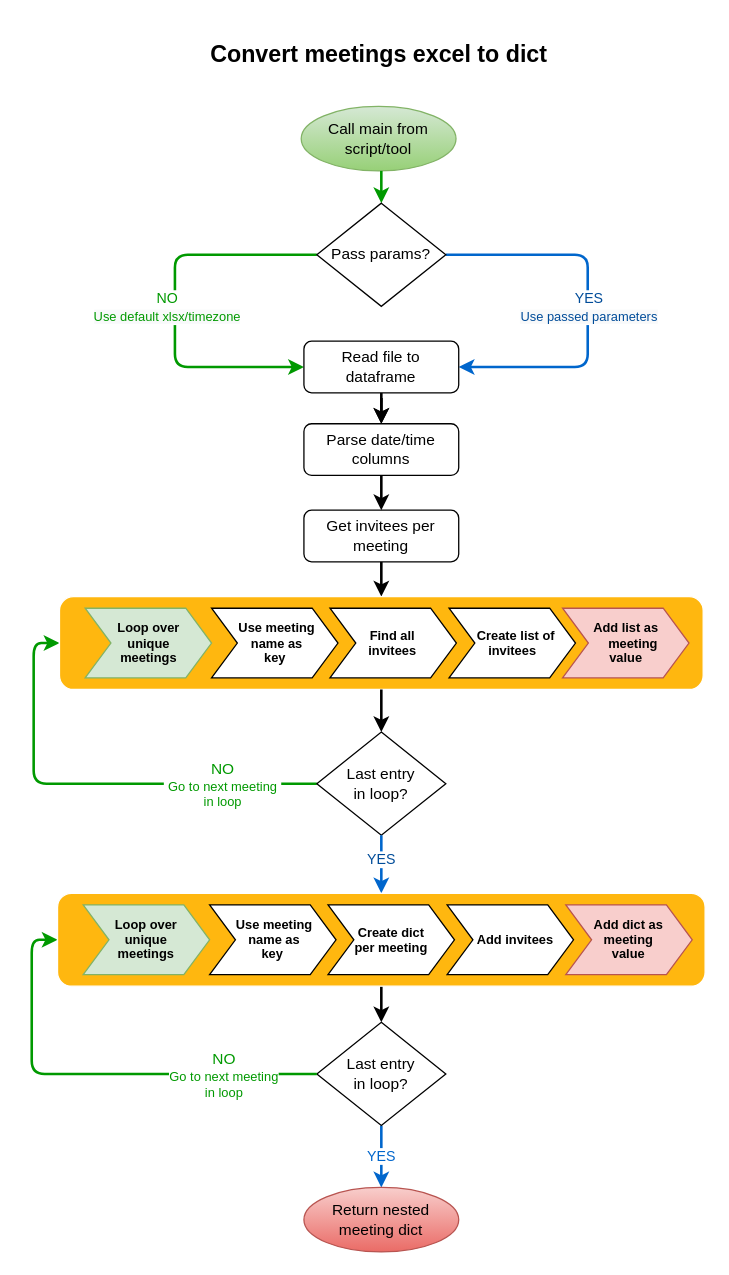
The draw.io diagram convert_excel.drawio in dwelfusius/eindwerk, before the edit. Source tidied: cells renumbered, new cells numbered last; positions are measured from the earlier drawing's top-left corner, leaving out a move shared by most shapes. Both pictures are drawn from the tidied source at 129%, with x=0, y=0 at pixel (57, 22).
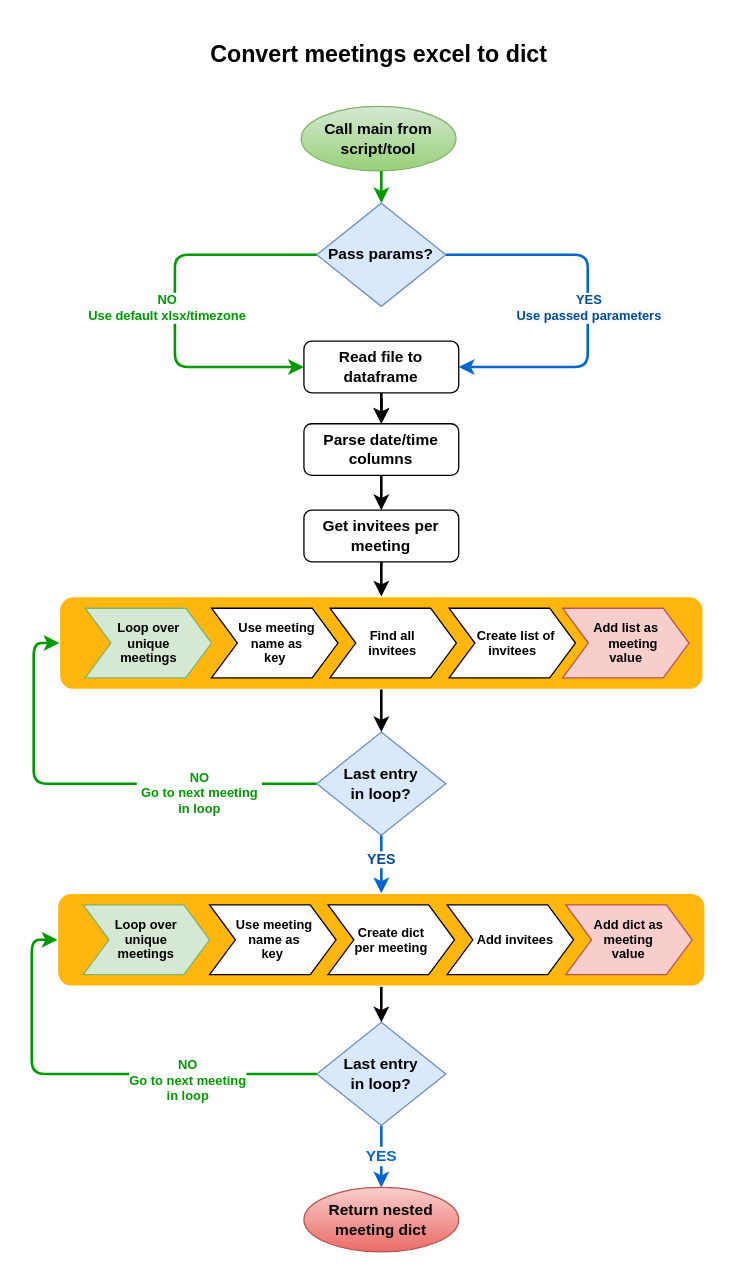
The same page after the edit.

The change refers to these unchanged cells:
```xml
<mxCell id="23" style="rounded=1;whiteSpace=wrap;html=1;shadow=0;strokeColor=#FFFFFF;fillColor=#FFB70F;" parent="22" vertex="1">
  <mxGeometry width="499" height="72" as="geometry" />
</mxCell>
<mxCell id="36" style="rounded=1;whiteSpace=wrap;html=1;shadow=0;strokeColor=#FFFFFF;fillColor=#FFB70F;" parent="34" vertex="1">
  <mxGeometry width="502" height="72" as="geometry" />
</mxCell>
```

What changed in the source:
```diff
@@
-    <mxCell id="3" value="Call main from script/tool" style="ellipse;whiteSpace=wrap;html=1;gradientColor=#97d077;fillColor=#d5e8d4;strokeColor=#82b366;" parent="1" vertex="1">
+    <mxCell id="3" value="Call main from script/tool" style="ellipse;whiteSpace=wrap;html=1;gradientColor=#97d077;fillColor=#d5e8d4;strokeColor=#82b366;fontStyle=1;fontSize=12;" parent="1" vertex="1">
       <mxGeometry x="189" y="65" width="120" height="50" as="geometry" />
     </mxCell>
-    <mxCell id="4" style="edgeStyle=none;rounded=0;jettySize=auto;html=1;strokeColor=#009900;strokeWidth=2;" parent="1" edge="1" target="9">
+    <mxCell id="4" style="edgeStyle=none;rounded=0;jettySize=auto;html=1;strokeColor=#009900;strokeWidth=2;fontSize=12;" parent="1" edge="1" target="9">
       <mxGeometry relative="1" as="geometry">
         <mxPoint x="251.1" y="115" as="sourcePoint" />
       </mxGeometry>
     </mxCell>
-    <mxCell id="5" style="edgeStyle=orthogonalEdgeStyle;rounded=1;jettySize=auto;html=1;exitX=0;exitY=0.5;exitDx=0;exitDy=0;shadow=0;strokeColor=#009900;fillColor=#FFF700;strokeWidth=2;" parent="1" edge="1" source="9" target="12">
+    <mxCell id="5" style="edgeStyle=orthogonalEdgeStyle;rounded=1;jettySize=auto;html=1;exitX=0;exitY=0.5;exitDx=0;exitDy=0;shadow=0;strokeColor=#009900;fillColor=#FFF700;strokeWidth=2;fontSize=12;" parent="1" edge="1" source="9" target="12">
       <mxGeometry relative="1" as="geometry">
         <Array as="points">
           <mxPoint x="91.1" y="180" />
           <mxPoint x="91.1" y="267" />
         </Array>
       </mxGeometry>
     </mxCell>
-    <mxCell id="6" value="&lt;font color=&quot;#009900&quot;&gt;NO&lt;br&gt;&lt;span style=&quot;font-size: 10px ; background-color: rgb(248 , 249 , 250)&quot;&gt;Use default xlsx/timezone&lt;/span&gt;&lt;/font&gt;&lt;span style=&quot;font-size: 10px ; background-color: rgb(248 , 249 , 250)&quot;&gt;&lt;br&gt;&lt;/span&gt;" style="edgeLabel;html=1;align=center;verticalAlign=middle;" parent="5" vertex="1">
+    <mxCell id="6" value="&lt;font style=&quot;font-size: 10px;&quot; color=&quot;#009900&quot;&gt;NO&lt;br style=&quot;font-size: 10px;&quot;&gt;&lt;span style=&quot;font-size: 10px; background-color: rgb(248, 249, 250);&quot;&gt;Use default xlsx/timezone&lt;/span&gt;&lt;/font&gt;&lt;span style=&quot;font-size: 10px; background-color: rgb(248, 249, 250);&quot;&gt;&lt;br style=&quot;font-size: 10px;&quot;&gt;&lt;/span&gt;" style="edgeLabel;html=1;align=center;verticalAlign=middle;fontStyle=1;fontSize=10;" parent="5" vertex="1">
       <mxGeometry x="-0.54" y="2" relative="1" as="geometry">
         <mxPoint x="-49" y="38" as="offset" />
       </mxGeometry>
     </mxCell>
-    <mxCell id="7" style="edgeStyle=orthogonalEdgeStyle;rounded=1;jettySize=auto;html=1;exitX=1;exitY=0.5;exitDx=0;exitDy=0;entryX=1;entryY=0.5;entryDx=0;entryDy=0;strokeColor=#0066CC;strokeWidth=2;" parent="1" edge="1" source="9" target="12">
+    <mxCell id="7" style="edgeStyle=orthogonalEdgeStyle;rounded=1;jettySize=auto;html=1;exitX=1;exitY=0.5;exitDx=0;exitDy=0;entryX=1;entryY=0.5;entryDx=0;entryDy=0;strokeColor=#0066CC;strokeWidth=2;fontSize=12;" parent="1" edge="1" source="9" target="12">
       <mxGeometry relative="1" as="geometry">
         <Array as="points">
           <mxPoint x="411.1" y="180" />
           <mxPoint x="411.1" y="267" />
         </Array>
       </mxGeometry>
     </mxCell>
-    <mxCell id="8" value="&lt;font color=&quot;#004c99&quot;&gt;YES&lt;br&gt;&lt;span style=&quot;font-size: 10px ; background-color: rgb(248 , 249 , 250)&quot;&gt;Use passed parameters&lt;/span&gt;&lt;/font&gt;" style="edgeLabel;html=1;align=center;verticalAlign=middle;" parent="7" vertex="1">
+    <mxCell id="8" value="&lt;font style=&quot;font-size: 10px;&quot; color=&quot;#004c99&quot;&gt;YES&lt;br style=&quot;font-size: 10px;&quot;&gt;&lt;span style=&quot;font-size: 10px; background-color: rgb(248, 249, 250);&quot;&gt;Use passed parameters&lt;/span&gt;&lt;/font&gt;" style="edgeLabel;html=1;align=center;verticalAlign=middle;fontStyle=1;fontSize=10;" parent="7" vertex="1">
       <mxGeometry x="-0.48" y="2" relative="1" as="geometry">
         <mxPoint x="33" y="42" as="offset" />
       </mxGeometry>
     </mxCell>
-    <mxCell id="9" value="Pass params?" style="rhombus;whiteSpace=wrap;html=1;" parent="1" vertex="1">
+    <mxCell id="9" value="Pass params?" style="rhombus;whiteSpace=wrap;html=1;fillColor=#dae8fc;strokeColor=#6c8ebf;fontStyle=1;fontSize=12;" parent="1" vertex="1">
       <mxGeometry x="201.1" y="140" width="100" height="80" as="geometry" />
     </mxCell>
-    <mxCell id="10" style="edgeStyle=orthogonalEdgeStyle;rounded=0;jettySize=auto;html=1;entryX=0.5;entryY=0;entryDx=0;entryDy=0;strokeWidth=2;" parent="1" edge="1" target="18">
+    <mxCell id="10" style="edgeStyle=orthogonalEdgeStyle;rounded=0;jettySize=auto;html=1;entryX=0.5;entryY=0;entryDx=0;entryDy=0;strokeWidth=2;fontSize=12;" parent="1" edge="1" target="18">
       <mxGeometry relative="1" as="geometry">
         <mxPoint x="251.2" y="291" as="sourcePoint" />
       </mxGeometry>
     </mxCell>
-    <mxCell id="11" style="edgeStyle=orthogonalEdgeStyle;rounded=1;jettySize=auto;html=1;strokeWidth=2;" parent="1" edge="1" source="12" target="18">
+    <mxCell id="11" style="edgeStyle=orthogonalEdgeStyle;rounded=1;jettySize=auto;html=1;strokeWidth=2;fontSize=12;" parent="1" edge="1" source="12" target="18">
       <mxGeometry relative="1" as="geometry" />
     </mxCell>
-    <mxCell id="12" value="Read file to dataframe" style="rounded=1;whiteSpace=wrap;html=1;fontSize=12;glass=0;strokeWidth=1;shadow=0;" parent="1" vertex="1">
+    <mxCell id="12" value="Read file to dataframe" style="rounded=1;whiteSpace=wrap;html=1;fontSize=12;glass=0;strokeWidth=1;shadow=0;fontStyle=1;" parent="1" vertex="1">
       <mxGeometry x="191.1" y="247" width="120" height="40" as="geometry" />
     </mxCell>
-    <mxCell id="13" value="&lt;font color=&quot;#0066cc&quot;&gt;YES&lt;/font&gt;" style="edgeStyle=orthogonalEdgeStyle;rounded=1;jettySize=auto;html=1;strokeWidth=2;exitX=0.5;exitY=1;exitDx=0;exitDy=0;strokeColor=#0066CC;entryX=0.5;entryY=0;entryDx=0;entryDy=0;" parent="1" edge="1" source="14" target="42">
+    <mxCell id="13" value="&lt;font style=&quot;font-size: 12px;&quot; color=&quot;#0066cc&quot;&gt;YES&lt;/font&gt;" style="edgeStyle=orthogonalEdgeStyle;rounded=1;jettySize=auto;html=1;strokeWidth=2;exitX=0.5;exitY=1;exitDx=0;exitDy=0;strokeColor=#0066CC;entryX=0.5;entryY=0;entryDx=0;entryDy=0;fontStyle=1;fontSize=12;" parent="1" edge="1" source="14" target="42">
       <mxGeometry relative="1" as="geometry" />
     </mxCell>
-    <mxCell id="14" value="Last entry&lt;br&gt;in loop?" style="rhombus;whiteSpace=wrap;html=1;" parent="1" vertex="1">
+    <mxCell id="14" value="Last entry&lt;br style=&quot;font-size: 12px;&quot;&gt;in loop?" style="rhombus;whiteSpace=wrap;html=1;fillColor=#dae8fc;strokeColor=#6c8ebf;fontStyle=1;fontSize=12;" parent="1" vertex="1">
       <mxGeometry x="201.1" y="775" width="100" height="80" as="geometry" />
     </mxCell>
@@
-    <mxCell id="16" value="Get invitees per meeting" style="rounded=1;whiteSpace=wrap;html=1;fontSize=12;glass=0;strokeWidth=1;shadow=0;" parent="1" vertex="1">
+    <mxCell id="16" value="Get invitees per meeting" style="rounded=1;whiteSpace=wrap;html=1;fontSize=12;glass=0;strokeWidth=1;shadow=0;fontStyle=1;" parent="1" vertex="1">
       <mxGeometry x="191.1" y="378" width="120" height="40" as="geometry" />
     </mxCell>
-    <mxCell id="17" style="edgeStyle=orthogonalEdgeStyle;rounded=0;jettySize=auto;html=1;entryX=0.5;entryY=0;entryDx=0;entryDy=0;strokeWidth=2;" parent="1" edge="1" target="16">
+    <mxCell id="17" style="edgeStyle=orthogonalEdgeStyle;rounded=0;jettySize=auto;html=1;entryX=0.5;entryY=0;entryDx=0;entryDy=0;strokeWidth=2;fontSize=12;" parent="1" edge="1" target="16">
       <mxGeometry relative="1" as="geometry">
         <mxPoint x="251.1" y="350" as="sourcePoint" />
       </mxGeometry>
     </mxCell>
-    <mxCell id="18" value="Parse date/time columns" style="rounded=1;whiteSpace=wrap;html=1;fontSize=12;glass=0;strokeWidth=1;shadow=0;" parent="1" vertex="1">
+    <mxCell id="18" value="Parse date/time columns" style="rounded=1;whiteSpace=wrap;html=1;fontSize=12;glass=0;strokeWidth=1;shadow=0;fontStyle=1;" parent="1" vertex="1">
       <mxGeometry x="191.1" y="311" width="120" height="40" as="geometry" />
     </mxCell>
     <mxCell id="19" style="edgeStyle=orthogonalEdgeStyle;rounded=1;jettySize=auto;html=1;exitX=0;exitY=0.5;exitDx=0;exitDy=0;shadow=0;strokeColor=#009900;fillColor=#FFF700;entryX=0;entryY=0.5;entryDx=0;entryDy=0;strokeWidth=2;" parent="1" edge="1" source="21" target="23">
-      <mxGeometry y="10" as="geometry" />
+      <mxGeometry y="38" as="geometry" />
     </mxCell>
-    <mxCell id="20" value="&lt;h5&gt;&lt;font style=&quot;font-weight: normal&quot; color=&quot;#009900&quot;&gt;&lt;font style=&quot;font-size: 12px&quot;&gt;NO&lt;/font&gt;&lt;br&gt;&lt;font style=&quot;font-size: 10px&quot;&gt;&amp;nbsp;Go to next meeting&amp;nbsp;&lt;br&gt; in loop&lt;/font&gt;&lt;/font&gt;&lt;/h5&gt;" style="edgeLabel;html=1;align=center;verticalAlign=middle;" parent="19" vertex="1">
+    <mxCell id="20" value="&lt;h5 style=&quot;font-size: 10px;&quot;&gt;&lt;font style=&quot;font-size: 10px;&quot; color=&quot;#009900&quot;&gt;&lt;font style=&quot;font-size: 10px;&quot;&gt;NO&lt;/font&gt;&lt;br style=&quot;font-size: 10px;&quot;&gt;&lt;font style=&quot;font-size: 10px;&quot;&gt;&amp;nbsp;Go to next meeting&amp;nbsp;&lt;br style=&quot;font-size: 10px;&quot;&gt; in loop&lt;/font&gt;&lt;/font&gt;&lt;/h5&gt;" style="edgeLabel;html=1;align=center;verticalAlign=middle;fontStyle=1;fontSize=10;" parent="19" vertex="1">
       <mxGeometry x="-0.72" y="1" relative="1" as="geometry">
-        <mxPoint x="-25" y="-1" as="offset" />
+        <mxPoint x="-43" y="5" as="offset" />
       </mxGeometry>
     </mxCell>
-    <mxCell id="21" value="Last entry&lt;br&gt;in loop?" style="rhombus;whiteSpace=wrap;html=1;" parent="1" vertex="1">
+    <mxCell id="21" value="Last entry&lt;br style=&quot;font-size: 12px;&quot;&gt;in loop?" style="rhombus;whiteSpace=wrap;html=1;fillColor=#dae8fc;strokeColor=#6c8ebf;fontStyle=1;fontSize=12;" parent="1" vertex="1">
       <mxGeometry x="201.1" y="550" width="100" height="80" as="geometry" />
     </mxCell>
@@
     <mxCell id="29" style="edgeStyle=orthogonalEdgeStyle;rounded=1;jettySize=auto;html=1;exitX=0;exitY=0.5;exitDx=0;exitDy=0;shadow=0;strokeColor=#009900;fillColor=#FFF700;entryX=0;entryY=0.5;entryDx=0;entryDy=0;strokeWidth=2;" parent="1" edge="1" source="14" target="36">
-      <mxGeometry x="2.3" y="214" as="geometry" />
+      <mxGeometry x="2.3" y="242" as="geometry" />
     </mxCell>
-    <mxCell id="30" value="&lt;h5&gt;&lt;font style=&quot;font-weight: normal&quot; color=&quot;#009900&quot;&gt;&lt;font style=&quot;font-size: 12px&quot;&gt;NO&lt;/font&gt;&lt;br&gt;&lt;font style=&quot;font-size: 10px&quot;&gt;Go to next meeting&lt;br&gt; in loop&lt;/font&gt;&lt;/font&gt;&lt;/h5&gt;" style="edgeLabel;html=1;align=center;verticalAlign=middle;" parent="29" vertex="1">
+    <mxCell id="30" value="&lt;h5 style=&quot;font-size: 10px;&quot;&gt;&lt;font style=&quot;font-size: 10px;&quot; color=&quot;#009900&quot;&gt;&lt;font style=&quot;font-size: 10px;&quot;&gt;NO&lt;/font&gt;&lt;br style=&quot;font-size: 10px;&quot;&gt;&lt;font style=&quot;font-size: 10px;&quot;&gt;Go to next meeting&lt;br style=&quot;font-size: 10px;&quot;&gt; in loop&lt;/font&gt;&lt;/font&gt;&lt;/h5&gt;" style="edgeLabel;html=1;align=center;verticalAlign=middle;fontStyle=1;fontSize=10;" parent="29" vertex="1">
       <mxGeometry x="-0.72" y="1" relative="1" as="geometry">
-        <mxPoint x="-25" y="-1" as="offset" />
+        <mxPoint x="-53" y="3" as="offset" />
       </mxGeometry>
     </mxCell>
@@
-    <mxCell id="33" value="&lt;font color=&quot;#004c99&quot;&gt;YES&lt;/font&gt;" style="edgeStyle=orthogonalEdgeStyle;rounded=1;jettySize=auto;html=1;strokeColor=#0066CC;strokeWidth=2;exitX=0.5;exitY=1;exitDx=0;exitDy=0;entryX=0.5;entryY=0;entryDx=0;entryDy=0;" parent="1" edge="1" source="21" target="36">
+    <mxCell id="33" value="&lt;font color=&quot;#004c99&quot;&gt;YES&lt;/font&gt;" style="edgeStyle=orthogonalEdgeStyle;rounded=1;jettySize=auto;html=1;strokeColor=#0066CC;strokeWidth=2;exitX=0.5;exitY=1;exitDx=0;exitDy=0;entryX=0.5;entryY=0;entryDx=0;entryDy=0;fontStyle=1;" parent="1" edge="1" source="21" target="36">
       <mxGeometry x="-0.17" relative="1" as="geometry" />
     </mxCell>
@@
-    <mxCell id="42" value="Return nested&lt;br&gt;meeting dict" style="ellipse;whiteSpace=wrap;html=1;gradientColor=#ea6b66;fillColor=#f8cecc;strokeColor=#b85450;" parent="1" vertex="1">
+    <mxCell id="42" value="Return nested&lt;br style=&quot;font-size: 12px;&quot;&gt;meeting dict" style="ellipse;whiteSpace=wrap;html=1;gradientColor=#ea6b66;fillColor=#f8cecc;strokeColor=#b85450;fontStyle=1;fontSize=12;" parent="1" vertex="1">
       <mxGeometry x="191.1" y="903" width="120" height="50" as="geometry" />
     </mxCell>
```
